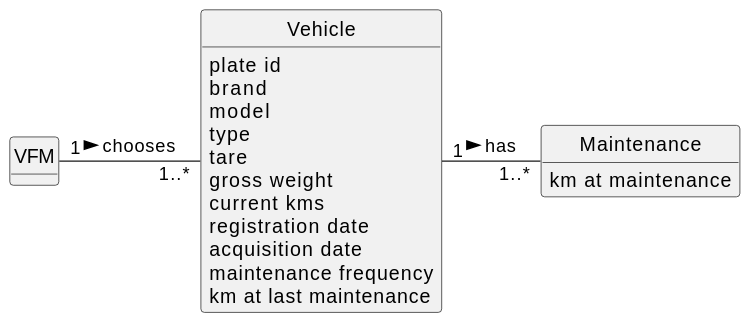
This is docs/sprintC/us007/02.analysis/svg/us007-domain-model.svg from diogoveirospro/lei-24-s2-1dg-g072, a PlantUML export, as it was before one commit.
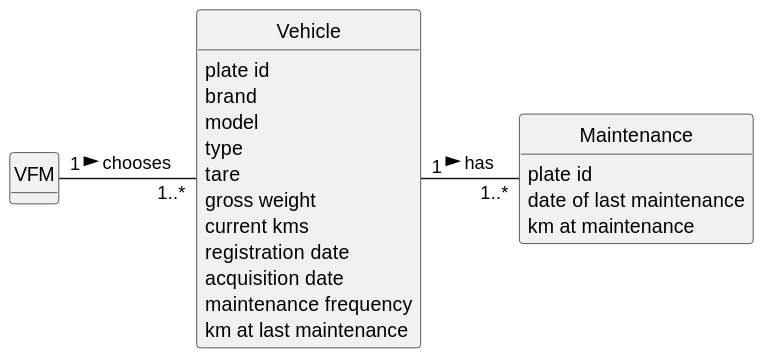
Above is the later version.

Change to the diagram source:
```diff
@@ -29,6 +29,8 @@
 }
 
 class Maintenance{
+    plate id
+    date of last maintenance
     km at maintenance
 }
 
```
